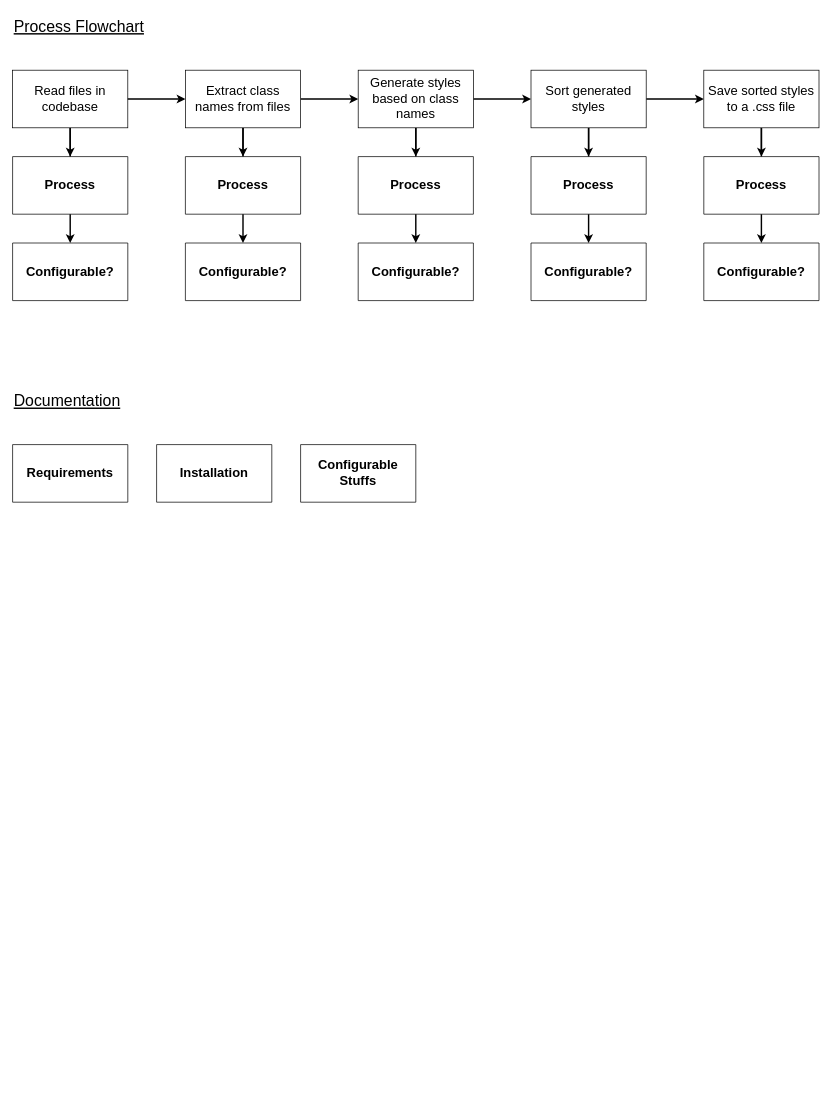
Before: page "General Process" (1 of 2) of source/brainstorm.drawio in ARipeAppleByYoursTruly/css-via-regexed-classes, a draw.io diagram. Source tidied: cells renumbered, new cells numbered last; positions are measured from the earlier drawing's top-left corner, leaving out a move shared by most shapes. Both pictures are drawn from the tidied source at 72%, with x=0, y=0 at pixel (12, 12).
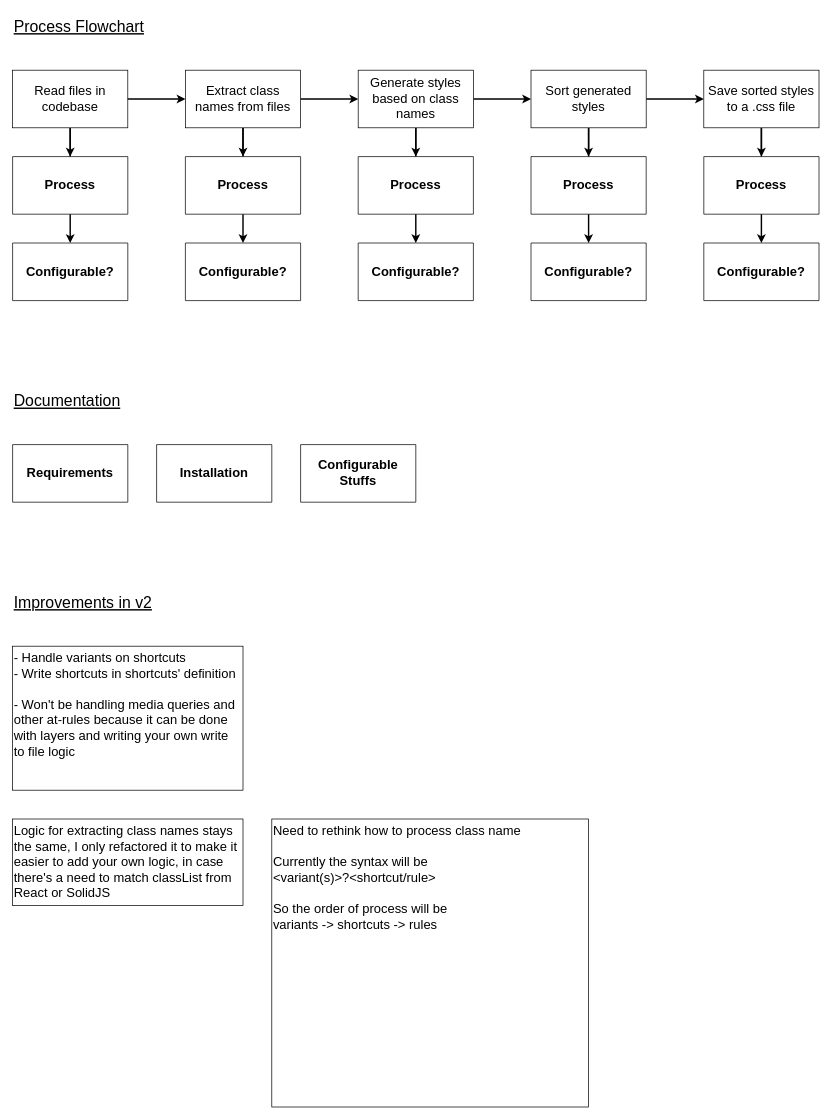
The same diagram, later.

Diff of the diagram source:
```diff
@@
+    <mxCell id="36" value="Improvements in v2" style="text;html=1;strokeColor=none;fillColor=none;align=left;verticalAlign=middle;rounded=0;fontSize=22;fontStyle=4;" parent="1" vertex="1">
+      <mxGeometry y="800" width="120" height="40" as="geometry" />
+    </mxCell>
+    <mxCell id="37" value="- Handle variants on shortcuts&lt;br&gt;- Write shortcuts in shortcuts' definition&lt;br&gt;&lt;br&gt;- Won't be handling media queries and other at-rules because it can be done with layers and writing your own write to file logic" style="rounded=0;whiteSpace=wrap;html=1;fontSize=18;align=left;verticalAlign=top;" parent="1" vertex="1">
+      <mxGeometry y="880" width="320" height="200" as="geometry" />
+    </mxCell>
+    <mxCell id="38" value="Logic for extracting class names stays the same, I only refactored it to make it easier to add your own logic, in case there's a need to match classList from React or SolidJS" style="rounded=0;whiteSpace=wrap;html=1;fontSize=18;align=left;verticalAlign=top;" parent="1" vertex="1">
+      <mxGeometry y="1120" width="320" height="120" as="geometry" />
+    </mxCell>
+    <mxCell id="39" value="Need to rethink how to process class name&lt;br&gt;&lt;br&gt;Currently the syntax will be&lt;br&gt;&amp;lt;variant(s)&amp;gt;?&amp;lt;shortcut/rule&amp;gt;&lt;br&gt;&lt;br&gt;So the order of process will be&lt;br&gt;variants -&amp;gt; shortcuts -&amp;gt; rules" style="rounded=0;whiteSpace=wrap;html=1;fontSize=18;align=left;verticalAlign=top;" parent="1" vertex="1">
+      <mxGeometry x="360" y="1120" width="440" height="400" as="geometry" />
+    </mxCell>
```
